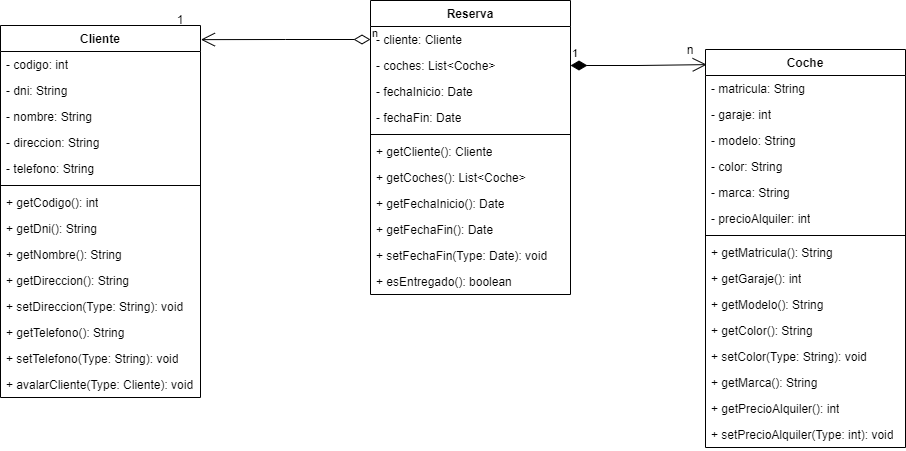
This is unidad-4/Class-Diagram-Maxi/automoviles-maxi.png from mackstm/ets, a draw.io export, as it was before one commit. Source tidied: cells renumbered, new cells last; positions are measured from the earlier drawing's top-left corner, leaving out a move shared by most shapes.
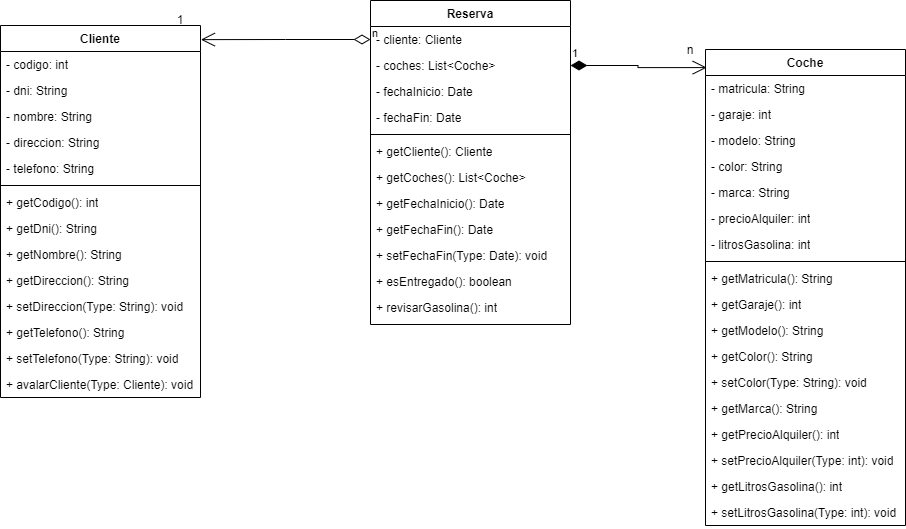
After the change.

Diff of the diagram source:
```diff
@@ -48,7 +48,7 @@
       <mxGeometry y="346" width="200" height="26" as="geometry" />
     </mxCell>
     <mxCell id="17" value="Reserva" style="swimlane;fontStyle=1;align=center;verticalAlign=top;horizontal=1;startSize=26;whiteSpace=wrap;html=1;" parent="1" vertex="1">
-      <mxGeometry x="370" width="200" height="294" as="geometry" />
+      <mxGeometry x="370" width="200" height="324" as="geometry" />
     </mxCell>
     <mxCell id="18" value="- cliente: Cliente" style="text;strokeColor=none;fillColor=none;align=left;verticalAlign=top;spacingLeft=4;spacingRight=4;overflow=hidden;points=[[0,0.5],[1,0.5]];portConstraint=eastwest;whiteSpace=wrap;html=1;" parent="17" vertex="1">
       <mxGeometry y="26" width="200" height="26" as="geometry" />
@@ -83,8 +83,11 @@
     <mxCell id="28" value="+ esEntregado(): boolean" style="text;strokeColor=none;fillColor=none;align=left;verticalAlign=top;spacingLeft=4;spacingRight=4;overflow=hidden;whiteSpace=wrap;html=1;" parent="17" vertex="1">
       <mxGeometry y="268" width="200" height="26" as="geometry" />
     </mxCell>
+    <mxCell id="49" value="+ revisarGasolina(): int" style="text;strokeColor=none;fillColor=none;align=left;verticalAlign=top;spacingLeft=4;spacingRight=4;overflow=hidden;whiteSpace=wrap;html=1;" parent="17" vertex="1">
+      <mxGeometry y="294" width="200" height="30" as="geometry" />
+    </mxCell>
     <mxCell id="29" value="Coche" style="swimlane;fontStyle=1;align=center;verticalAlign=top;horizontal=1;startSize=26;whiteSpace=wrap;html=1;" parent="1" vertex="1">
-      <mxGeometry x="705" y="49" width="200" height="398" as="geometry" />
+      <mxGeometry x="705" y="49" width="200" height="476" as="geometry" />
     </mxCell>
     <mxCell id="30" value="- matricula: String" style="text;strokeColor=none;fillColor=none;align=left;verticalAlign=top;spacingLeft=4;spacingRight=4;overflow=hidden;whiteSpace=wrap;html=1;" parent="29" vertex="1">
       <mxGeometry y="26" width="200" height="26" as="geometry" />
@@ -104,33 +107,42 @@
     <mxCell id="35" value="- precioAlquiler: int" style="text;strokeColor=none;fillColor=none;align=left;verticalAlign=top;spacingLeft=4;spacingRight=4;overflow=hidden;whiteSpace=wrap;html=1;" parent="29" vertex="1">
       <mxGeometry y="156" width="200" height="26" as="geometry" />
     </mxCell>
+    <mxCell id="50" value="- litrosGasolina: int" style="text;strokeColor=none;fillColor=none;align=left;verticalAlign=top;spacingLeft=4;spacingRight=4;overflow=hidden;whiteSpace=wrap;html=1;" parent="29" vertex="1">
+      <mxGeometry y="182" width="200" height="26" as="geometry" />
+    </mxCell>
     <mxCell id="36" style="line;strokeWidth=1;fillColor=none;align=left;verticalAlign=middle;spacingTop=-1;spacingLeft=3;spacingRight=3;labelPosition=right;strokeColor=inherit;" parent="29" vertex="1">
-      <mxGeometry y="182" width="200" height="8" as="geometry" />
+      <mxGeometry y="208" width="200" height="8" as="geometry" />
     </mxCell>
     <mxCell id="37" value="+ getMatricula(): String" style="text;strokeColor=none;fillColor=none;align=left;verticalAlign=top;spacingLeft=4;spacingRight=4;overflow=hidden;whiteSpace=wrap;html=1;" parent="29" vertex="1">
-      <mxGeometry y="190" width="200" height="26" as="geometry" />
+      <mxGeometry y="216" width="200" height="26" as="geometry" />
     </mxCell>
     <mxCell id="38" value="+ getGaraje(): int" style="text;strokeColor=none;fillColor=none;align=left;verticalAlign=top;spacingLeft=4;spacingRight=4;overflow=hidden;whiteSpace=wrap;html=1;" parent="29" vertex="1">
-      <mxGeometry y="216" width="200" height="26" as="geometry" />
+      <mxGeometry y="242" width="200" height="26" as="geometry" />
     </mxCell>
     <mxCell id="39" value="+ getModelo(): String" style="text;strokeColor=none;fillColor=none;align=left;verticalAlign=top;spacingLeft=4;spacingRight=4;overflow=hidden;whiteSpace=wrap;html=1;" parent="29" vertex="1">
-      <mxGeometry y="242" width="200" height="26" as="geometry" />
+      <mxGeometry y="268" width="200" height="26" as="geometry" />
     </mxCell>
     <mxCell id="40" value="+ getColor(): String" style="text;strokeColor=none;fillColor=none;align=left;verticalAlign=top;spacingLeft=4;spacingRight=4;overflow=hidden;whiteSpace=wrap;html=1;" parent="29" vertex="1">
-      <mxGeometry y="268" width="200" height="26" as="geometry" />
+      <mxGeometry y="294" width="200" height="26" as="geometry" />
     </mxCell>
     <mxCell id="41" value="+ setColor(Type: String): void" style="text;strokeColor=none;fillColor=none;align=left;verticalAlign=top;spacingLeft=4;spacingRight=4;overflow=hidden;whiteSpace=wrap;html=1;" parent="29" vertex="1">
-      <mxGeometry y="294" width="200" height="26" as="geometry" />
+      <mxGeometry y="320" width="200" height="26" as="geometry" />
     </mxCell>
     <mxCell id="42" value="+ getMarca(): String" style="text;strokeColor=none;fillColor=none;align=left;verticalAlign=top;spacingLeft=4;spacingRight=4;overflow=hidden;whiteSpace=wrap;html=1;" parent="29" vertex="1">
-      <mxGeometry y="320" width="200" height="26" as="geometry" />
+      <mxGeometry y="346" width="200" height="26" as="geometry" />
     </mxCell>
     <mxCell id="43" value="+ getPrecioAlquiler(): int" style="text;strokeColor=none;fillColor=none;align=left;verticalAlign=top;spacingLeft=4;spacingRight=4;overflow=hidden;whiteSpace=wrap;html=1;" parent="29" vertex="1">
-      <mxGeometry y="346" width="200" height="26" as="geometry" />
+      <mxGeometry y="372" width="200" height="26" as="geometry" />
     </mxCell>
     <mxCell id="44" value="+ setPrecioAlquiler(Type: int): void" style="text;strokeColor=none;fillColor=none;align=left;verticalAlign=top;spacingLeft=4;spacingRight=4;overflow=hidden;whiteSpace=wrap;html=1;" parent="29" vertex="1">
-      <mxGeometry y="372" width="200" height="26" as="geometry" />
+      <mxGeometry y="398" width="200" height="26" as="geometry" />
     </mxCell>
+    <mxCell id="51" value="+ getLitrosGasolina(): int" style="text;strokeColor=none;fillColor=none;align=left;verticalAlign=top;spacingLeft=4;spacingRight=4;overflow=hidden;whiteSpace=wrap;html=1;" parent="29" vertex="1">
+      <mxGeometry y="424" width="200" height="26" as="geometry" />
+    </mxCell>
+    <mxCell id="52" value="+ setLitrosGasolina(Type: int): void" style="text;strokeColor=none;fillColor=none;align=left;verticalAlign=top;spacingLeft=4;spacingRight=4;overflow=hidden;whiteSpace=wrap;html=1;" parent="29" vertex="1">
+      <mxGeometry y="450" width="200" height="26" as="geometry" />
+    </mxCell>
     <mxCell id="45" value="n" style="endArrow=open;html=1;endSize=12;startArrow=diamondThin;startSize=14;startFill=0;edgeStyle=orthogonalEdgeStyle;align=left;verticalAlign=bottom;rounded=0;exitX=0;exitY=0.5;exitDx=0;exitDy=0;entryX=1.002;entryY=0.038;entryDx=0;entryDy=0;entryPerimeter=0;" parent="1" edge="1" source="18" target="2">
       <mxGeometry x="-1" y="3" relative="1" as="geometry" />
     </mxCell>
```
